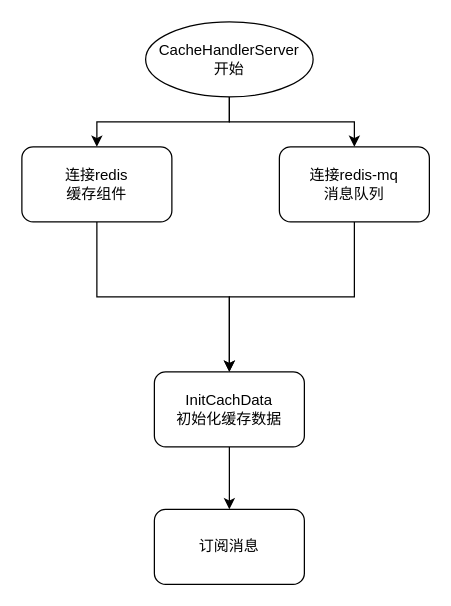
The draw.io diagram cachehandlerserver-启动.drawio in DeanYang121/typora_images, before the edit. Source tidied: cells renumbered, new cells numbered last; positions are measured from the earlier drawing's top-left corner, leaving out a move shared by most shapes. Both pictures are drawn from the tidied source at 125%, with x=0, y=0 at pixel (21, 21).
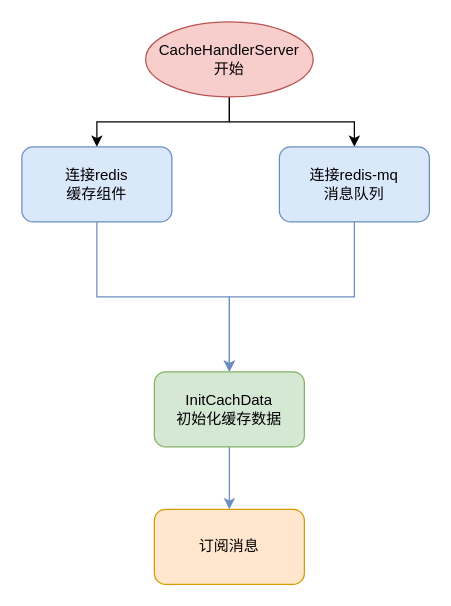
The same page after the edit.

Diff of the diagram source:
```diff
@@
 <mxGraphModel>
   <root>
     <mxCell id="0" />
     <mxCell id="1" parent="0" />
     <mxCell id="2" style="edgeStyle=orthogonalEdgeStyle;rounded=0;jettySize=auto;html=1;exitX=0.5;exitY=1;exitDx=0;exitDy=0;entryX=0.5;entryY=0;entryDx=0;entryDy=0;" parent="1" edge="1" source="4" target="6">
       <mxGeometry relative="1" as="geometry" />
     </mxCell>
     <mxCell id="3" style="edgeStyle=orthogonalEdgeStyle;rounded=0;jettySize=auto;html=1;exitX=0.5;exitY=1;exitDx=0;exitDy=0;" parent="1" edge="1" source="4" target="8">
       <mxGeometry relative="1" as="geometry" />
     </mxCell>
-    <mxCell id="4" value="CacheHandlerServer&lt;br&gt;开始" style="ellipse;whiteSpace=wrap;html=1;" parent="1" vertex="1">
+    <mxCell id="4" value="CacheHandlerServer&lt;br&gt;开始" style="ellipse;whiteSpace=wrap;html=1;fillColor=#f8cecc;strokeColor=#b85450;" parent="1" vertex="1">
       <mxGeometry x="99" width="134" height="60" as="geometry" />
     </mxCell>
-    <mxCell id="5" style="edgeStyle=orthogonalEdgeStyle;rounded=0;jettySize=auto;html=1;exitX=0.5;exitY=1;exitDx=0;exitDy=0;" parent="1" edge="1" source="6" target="10">
+    <mxCell id="5" style="edgeStyle=orthogonalEdgeStyle;rounded=0;jettySize=auto;html=1;exitX=0.5;exitY=1;exitDx=0;exitDy=0;fillColor=#dae8fc;strokeColor=#6c8ebf;" parent="1" edge="1" source="6" target="10">
       <mxGeometry relative="1" as="geometry" />
     </mxCell>
-    <mxCell id="6" value="连接redis&lt;br&gt;缓存组件" style="rounded=1;whiteSpace=wrap;html=1;" parent="1" vertex="1">
+    <mxCell id="6" value="连接redis&lt;br&gt;缓存组件" style="rounded=1;whiteSpace=wrap;html=1;fillColor=#dae8fc;strokeColor=#6c8ebf;" parent="1" vertex="1">
       <mxGeometry y="100" width="120" height="60" as="geometry" />
     </mxCell>
-    <mxCell id="7" style="edgeStyle=orthogonalEdgeStyle;rounded=0;jettySize=auto;html=1;exitX=0.5;exitY=1;exitDx=0;exitDy=0;entryX=0.5;entryY=0;entryDx=0;entryDy=0;" parent="1" edge="1" source="8" target="10">
+    <mxCell id="7" style="edgeStyle=orthogonalEdgeStyle;rounded=0;jettySize=auto;html=1;exitX=0.5;exitY=1;exitDx=0;exitDy=0;entryX=0.5;entryY=0;entryDx=0;entryDy=0;fillColor=#dae8fc;strokeColor=#6c8ebf;" parent="1" edge="1" source="8" target="10">
       <mxGeometry relative="1" as="geometry" />
     </mxCell>
-    <mxCell id="8" value="连接redis-mq&lt;br&gt;消息队列" style="rounded=1;whiteSpace=wrap;html=1;" parent="1" vertex="1">
+    <mxCell id="8" value="连接redis-mq&lt;br&gt;消息队列" style="rounded=1;whiteSpace=wrap;html=1;fillColor=#dae8fc;strokeColor=#6c8ebf;" parent="1" vertex="1">
       <mxGeometry x="206" y="100" width="120" height="60" as="geometry" />
     </mxCell>
-    <mxCell id="9" style="edgeStyle=orthogonalEdgeStyle;rounded=0;jettySize=auto;html=1;exitX=0.5;exitY=1;exitDx=0;exitDy=0;" parent="1" edge="1" source="10" target="11">
+    <mxCell id="9" style="edgeStyle=orthogonalEdgeStyle;rounded=0;jettySize=auto;html=1;exitX=0.5;exitY=1;exitDx=0;exitDy=0;fillColor=#dae8fc;strokeColor=#6c8ebf;" parent="1" edge="1" source="10" target="11">
       <mxGeometry relative="1" as="geometry" />
     </mxCell>
-    <mxCell id="10" value="InitCachData&lt;br&gt;初始化缓存数据" style="rounded=1;whiteSpace=wrap;html=1;" parent="1" vertex="1">
+    <mxCell id="10" value="InitCachData&lt;br&gt;初始化缓存数据" style="rounded=1;whiteSpace=wrap;html=1;fillColor=#d5e8d4;strokeColor=#82b366;" parent="1" vertex="1">
       <mxGeometry x="106" y="280" width="120" height="60" as="geometry" />
     </mxCell>
-    <mxCell id="11" value="订阅消息" style="rounded=1;whiteSpace=wrap;html=1;" parent="1" vertex="1">
+    <mxCell id="11" value="订阅消息" style="rounded=1;whiteSpace=wrap;html=1;fillColor=#ffe6cc;strokeColor=#d79b00;" parent="1" vertex="1">
       <mxGeometry x="106" y="390" width="120" height="60" as="geometry" />
     </mxCell>
   </root>
 </mxGraphModel>
```
